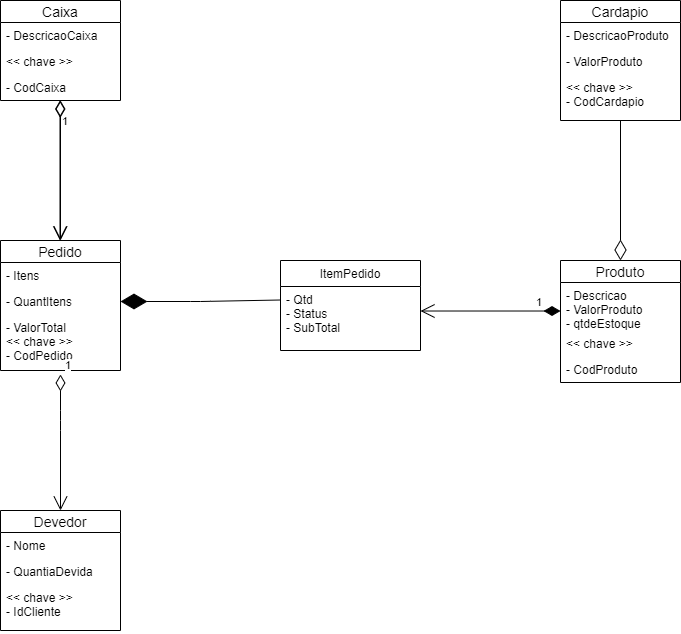
Above: docs/ARTEFATOS(15-23)/ATENDER_CLIENTE/Modelo_Conceitual.png in Darienzo08/ope_ads (draw.io), before the change. Source tidied: cells renumbered, new cells last; positions are measured from the earlier drawing's top-left corner, leaving out a move shared by most shapes. Source of this version:
```xml
<mxGraphModel>
  <root>
    <mxCell id="0" />
    <mxCell id="1" parent="0" />
    <mxCell id="2" value="1" style="endArrow=open;html=1;endSize=12;startArrow=diamondThin;startSize=14;startFill=1;edgeStyle=orthogonalEdgeStyle;align=left;verticalAlign=bottom;exitX=0;exitY=0.594;exitDx=0;exitDy=0;exitPerimeter=0;" parent="1" edge="1" source="22" target="20">
      <mxGeometry x="-0.62" relative="1" as="geometry">
        <Array as="points">
          <mxPoint x="560" y="310" />
        </Array>
      </mxGeometry>
    </mxCell>
    <mxCell id="3" value="1" style="endArrow=open;html=1;endSize=12;startArrow=diamondThin;startSize=14;startFill=0;edgeStyle=orthogonalEdgeStyle;align=left;verticalAlign=bottom;entryX=0.5;entryY=0;entryDx=0;entryDy=0;exitX=0.5;exitY=1;exitDx=0;exitDy=0;exitPerimeter=0;" parent="1" edge="1" source="8" target="9">
      <mxGeometry x="-0.57" relative="1" as="geometry" />
    </mxCell>
    <mxCell id="4" value="1" style="endArrow=open;html=1;endSize=12;startArrow=diamondThin;startSize=14;startFill=0;edgeStyle=orthogonalEdgeStyle;align=left;verticalAlign=bottom;entryX=0.5;entryY=0;entryDx=0;entryDy=0;exitX=0.5;exitY=1;exitDx=0;exitDy=0;exitPerimeter=0;" parent="1" edge="1">
      <mxGeometry x="-0.57" relative="1" as="geometry">
        <mxPoint x="59.5" y="100" as="sourcePoint" />
        <mxPoint x="59.5" y="240" as="targetPoint" />
      </mxGeometry>
    </mxCell>
    <mxCell id="5" value="Caixa" style="swimlane;fontStyle=0;horizontal=1;startSize=22;align=center;fontSize=14;" parent="1" vertex="1">
      <mxGeometry width="120" height="100" as="geometry" />
    </mxCell>
    <mxCell id="6" value="- DescricaoCaixa" style="text;strokeColor=none;fillColor=none;spacingLeft=4;spacingRight=4;overflow=hidden;fontSize=12;" parent="5" vertex="1">
      <mxGeometry y="22" width="120" height="26" as="geometry" />
    </mxCell>
    <mxCell id="7" value="&lt;&lt; chave &gt;&gt;" style="text;strokeColor=none;fillColor=none;spacingLeft=4;spacingRight=4;overflow=hidden;fontSize=12;" parent="5" vertex="1">
      <mxGeometry y="48" width="120" height="26" as="geometry" />
    </mxCell>
    <mxCell id="8" value="- CodCaixa" style="text;strokeColor=none;fillColor=none;spacingLeft=4;spacingRight=4;overflow=hidden;points=[[0,0.5],[1,0.5]];portConstraint=eastwest;fontSize=12;" parent="5" vertex="1">
      <mxGeometry y="74" width="120" height="26" as="geometry" />
    </mxCell>
    <mxCell id="9" value="Pedido" style="swimlane;fontStyle=0;horizontal=1;startSize=22;align=center;fontSize=14;" parent="1" vertex="1">
      <mxGeometry y="240" width="120" height="130" as="geometry" />
    </mxCell>
    <mxCell id="10" value="- Itens" style="text;strokeColor=none;fillColor=none;spacingLeft=4;spacingRight=4;overflow=hidden;fontSize=12;" parent="9" vertex="1">
      <mxGeometry y="22" width="120" height="26" as="geometry" />
    </mxCell>
    <mxCell id="11" value="- QuantItens" style="text;strokeColor=none;fillColor=none;spacingLeft=4;spacingRight=4;overflow=hidden;points=[[0,0.5],[1,0.5]];portConstraint=eastwest;fontSize=12;" parent="9" vertex="1">
      <mxGeometry y="48" width="120" height="26" as="geometry" />
    </mxCell>
    <mxCell id="12" value="- ValorTotal&#10;&lt;&lt; chave &gt;&gt;&#10;- CodPedido" style="text;strokeColor=none;fillColor=none;spacingLeft=4;spacingRight=4;overflow=hidden;points=[[0,0.5],[1,0.5]];portConstraint=eastwest;fontSize=12;" parent="9" vertex="1">
      <mxGeometry y="74" width="120" height="56" as="geometry" />
    </mxCell>
    <mxCell id="13" style="edgeStyle=orthogonalEdgeStyle;rounded=0;jettySize=auto;html=1;entryX=0.5;entryY=0;entryDx=0;entryDy=0;endArrow=diamondThin;endFill=0;endSize=18;" parent="1" edge="1" source="14" target="21">
      <mxGeometry relative="1" as="geometry" />
    </mxCell>
    <mxCell id="14" value="Cardapio" style="swimlane;fontStyle=0;horizontal=1;startSize=22;align=center;fontSize=14;" parent="1" vertex="1">
      <mxGeometry x="560" width="120" height="120" as="geometry" />
    </mxCell>
    <mxCell id="15" value="- DescricaoProduto" style="text;strokeColor=none;fillColor=none;spacingLeft=4;spacingRight=4;overflow=hidden;fontSize=12;" parent="14" vertex="1">
      <mxGeometry y="22" width="120" height="26" as="geometry" />
    </mxCell>
    <mxCell id="16" value="- ValorProduto" style="text;strokeColor=none;fillColor=none;spacingLeft=4;spacingRight=4;overflow=hidden;fontSize=12;" parent="14" vertex="1">
      <mxGeometry y="48" width="120" height="26" as="geometry" />
    </mxCell>
    <mxCell id="17" value="&lt;&lt; chave &gt;&gt;&#10;- CodCardapio" style="text;strokeColor=none;fillColor=none;spacingLeft=4;spacingRight=4;overflow=hidden;fontSize=12;" parent="14" vertex="1">
      <mxGeometry y="74" width="120" height="46" as="geometry" />
    </mxCell>
    <mxCell id="18" style="endArrow=diamondThin;endFill=1;endSize=24;html=1;entryX=1;entryY=0.5;entryDx=0;entryDy=0;" parent="1" edge="1" target="11">
      <mxGeometry relative="1" as="geometry">
        <mxPoint x="280" y="299.5" as="sourcePoint" />
        <Array as="points">
          <mxPoint x="200" y="301" />
        </Array>
      </mxGeometry>
    </mxCell>
    <mxCell id="19" value="ItemPedido" style="swimlane;fontStyle=0;horizontal=1;startSize=26;fillColor=none;" parent="1" vertex="1">
      <mxGeometry x="280" y="260" width="140" height="90" as="geometry" />
    </mxCell>
    <mxCell id="20" value="- Qtd&#10;- Status&#10;- SubTotal" style="text;strokeColor=none;fillColor=none;align=left;verticalAlign=top;spacingLeft=4;spacingRight=4;overflow=hidden;points=[[0,0.5],[1,0.5]];portConstraint=eastwest;" parent="19" vertex="1">
      <mxGeometry y="26" width="140" height="64" as="geometry" />
    </mxCell>
    <mxCell id="21" value="Produto" style="swimlane;fontStyle=0;horizontal=1;startSize=22;align=center;fontSize=14;" parent="1" vertex="1">
      <mxGeometry x="560" y="260" width="120" height="122" as="geometry" />
    </mxCell>
    <mxCell id="22" value="- Descricao&#10;- ValorProduto&#10;- qtdeEstoque" style="text;strokeColor=none;fillColor=none;spacingLeft=4;spacingRight=4;overflow=hidden;points=[[0,0.5],[1,0.5]];portConstraint=eastwest;fontSize=12;" parent="21" vertex="1">
      <mxGeometry y="22" width="120" height="48" as="geometry" />
    </mxCell>
    <mxCell id="23" value="&lt;&lt; chave &gt;&gt;" style="text;strokeColor=none;fillColor=none;spacingLeft=4;spacingRight=4;overflow=hidden;fontSize=12;" parent="21" vertex="1">
      <mxGeometry y="70" width="120" height="26" as="geometry" />
    </mxCell>
    <mxCell id="24" value="- CodProduto" style="text;strokeColor=none;fillColor=none;spacingLeft=4;spacingRight=4;overflow=hidden;fontSize=12;" parent="21" vertex="1">
      <mxGeometry y="96" width="120" height="26" as="geometry" />
    </mxCell>
    <mxCell id="25" value="1" style="endArrow=open;html=1;endSize=12;startArrow=diamondThin;startSize=14;startFill=0;edgeStyle=orthogonalEdgeStyle;align=left;verticalAlign=bottom;entryX=0.5;entryY=0;entryDx=0;entryDy=0;exitX=0.5;exitY=1.071;exitDx=0;exitDy=0;exitPerimeter=0;" parent="1" edge="1" source="12" target="26">
      <mxGeometry x="-1" y="3" relative="1" as="geometry">
        <Array as="points">
          <mxPoint x="60" y="420" />
          <mxPoint x="60" y="420" />
        </Array>
      </mxGeometry>
    </mxCell>
    <mxCell id="26" value="Devedor" style="swimlane;fontStyle=0;horizontal=1;startSize=22;align=center;fontSize=14;" parent="1" vertex="1">
      <mxGeometry y="510" width="120" height="120" as="geometry" />
    </mxCell>
    <mxCell id="27" value="- Nome" style="text;strokeColor=none;fillColor=none;spacingLeft=4;spacingRight=4;overflow=hidden;fontSize=12;" parent="26" vertex="1">
      <mxGeometry y="22" width="120" height="26" as="geometry" />
    </mxCell>
    <mxCell id="28" value="- QuantiaDevida" style="text;strokeColor=none;fillColor=none;spacingLeft=4;spacingRight=4;overflow=hidden;fontSize=12;" parent="26" vertex="1">
      <mxGeometry y="48" width="120" height="26" as="geometry" />
    </mxCell>
    <mxCell id="29" value="&lt;&lt; chave &gt;&gt;&#10;- IdCliente" style="text;strokeColor=none;fillColor=none;spacingLeft=4;spacingRight=4;overflow=hidden;fontSize=12;" parent="26" vertex="1">
      <mxGeometry y="74" width="120" height="46" as="geometry" />
    </mxCell>
  </root>
</mxGraphModel>
```
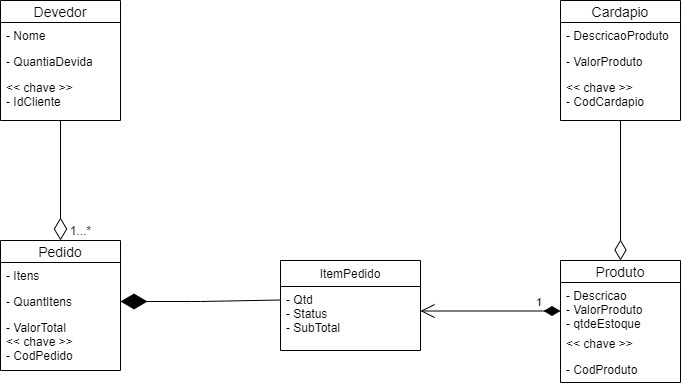
Later version of the same file.

Diff of the diagram source:
```diff
@@ -9,27 +9,6 @@
         </Array>
       </mxGeometry>
     </mxCell>
-    <mxCell id="3" value="1" style="endArrow=open;html=1;endSize=12;startArrow=diamondThin;startSize=14;startFill=0;edgeStyle=orthogonalEdgeStyle;align=left;verticalAlign=bottom;entryX=0.5;entryY=0;entryDx=0;entryDy=0;exitX=0.5;exitY=1;exitDx=0;exitDy=0;exitPerimeter=0;" parent="1" edge="1" source="8" target="9">
-      <mxGeometry x="-0.57" relative="1" as="geometry" />
-    </mxCell>
-    <mxCell id="4" value="1" style="endArrow=open;html=1;endSize=12;startArrow=diamondThin;startSize=14;startFill=0;edgeStyle=orthogonalEdgeStyle;align=left;verticalAlign=bottom;entryX=0.5;entryY=0;entryDx=0;entryDy=0;exitX=0.5;exitY=1;exitDx=0;exitDy=0;exitPerimeter=0;" parent="1" edge="1">
-      <mxGeometry x="-0.57" relative="1" as="geometry">
-        <mxPoint x="59.5" y="100" as="sourcePoint" />
-        <mxPoint x="59.5" y="240" as="targetPoint" />
-      </mxGeometry>
-    </mxCell>
-    <mxCell id="5" value="Caixa" style="swimlane;fontStyle=0;horizontal=1;startSize=22;align=center;fontSize=14;" parent="1" vertex="1">
-      <mxGeometry width="120" height="100" as="geometry" />
-    </mxCell>
-    <mxCell id="6" value="- DescricaoCaixa" style="text;strokeColor=none;fillColor=none;spacingLeft=4;spacingRight=4;overflow=hidden;fontSize=12;" parent="5" vertex="1">
-      <mxGeometry y="22" width="120" height="26" as="geometry" />
-    </mxCell>
-    <mxCell id="7" value="&lt;&lt; chave &gt;&gt;" style="text;strokeColor=none;fillColor=none;spacingLeft=4;spacingRight=4;overflow=hidden;fontSize=12;" parent="5" vertex="1">
-      <mxGeometry y="48" width="120" height="26" as="geometry" />
-    </mxCell>
-    <mxCell id="8" value="- CodCaixa" style="text;strokeColor=none;fillColor=none;spacingLeft=4;spacingRight=4;overflow=hidden;points=[[0,0.5],[1,0.5]];portConstraint=eastwest;fontSize=12;" parent="5" vertex="1">
-      <mxGeometry y="74" width="120" height="26" as="geometry" />
-    </mxCell>
     <mxCell id="9" value="Pedido" style="swimlane;fontStyle=0;horizontal=1;startSize=22;align=center;fontSize=14;" parent="1" vertex="1">
       <mxGeometry y="240" width="120" height="130" as="geometry" />
     </mxCell>
@@ -83,16 +62,14 @@
     <mxCell id="24" value="- CodProduto" style="text;strokeColor=none;fillColor=none;spacingLeft=4;spacingRight=4;overflow=hidden;fontSize=12;" parent="21" vertex="1">
       <mxGeometry y="96" width="120" height="26" as="geometry" />
     </mxCell>
-    <mxCell id="25" value="1" style="endArrow=open;html=1;endSize=12;startArrow=diamondThin;startSize=14;startFill=0;edgeStyle=orthogonalEdgeStyle;align=left;verticalAlign=bottom;entryX=0.5;entryY=0;entryDx=0;entryDy=0;exitX=0.5;exitY=1.071;exitDx=0;exitDy=0;exitPerimeter=0;" parent="1" edge="1" source="12" target="26">
-      <mxGeometry x="-1" y="3" relative="1" as="geometry">
-        <Array as="points">
-          <mxPoint x="60" y="420" />
-          <mxPoint x="60" y="420" />
-        </Array>
-      </mxGeometry>
-    </mxCell>
+    <mxCell id="30" style="edgeStyle=orthogonalEdgeStyle;rounded=0;jettySize=auto;html=1;entryX=0.5;entryY=0;entryDx=0;entryDy=0;endArrow=diamondThin;endFill=0;endSize=20;" parent="1" edge="1" source="26" target="9">
+      <mxGeometry relative="1" as="geometry" />
+    </mxCell>
+    <mxCell id="31" value="1...*" style="text;html=1;align=center;verticalAlign=middle;" parent="1" vertex="1">
+      <mxGeometry x="60" y="220" width="40" height="20" as="geometry" />
+    </mxCell>
     <mxCell id="26" value="Devedor" style="swimlane;fontStyle=0;horizontal=1;startSize=22;align=center;fontSize=14;" parent="1" vertex="1">
-      <mxGeometry y="510" width="120" height="120" as="geometry" />
+      <mxGeometry width="120" height="120" as="geometry" />
     </mxCell>
     <mxCell id="27" value="- Nome" style="text;strokeColor=none;fillColor=none;spacingLeft=4;spacingRight=4;overflow=hidden;fontSize=12;" parent="26" vertex="1">
       <mxGeometry y="22" width="120" height="26" as="geometry" />
```
